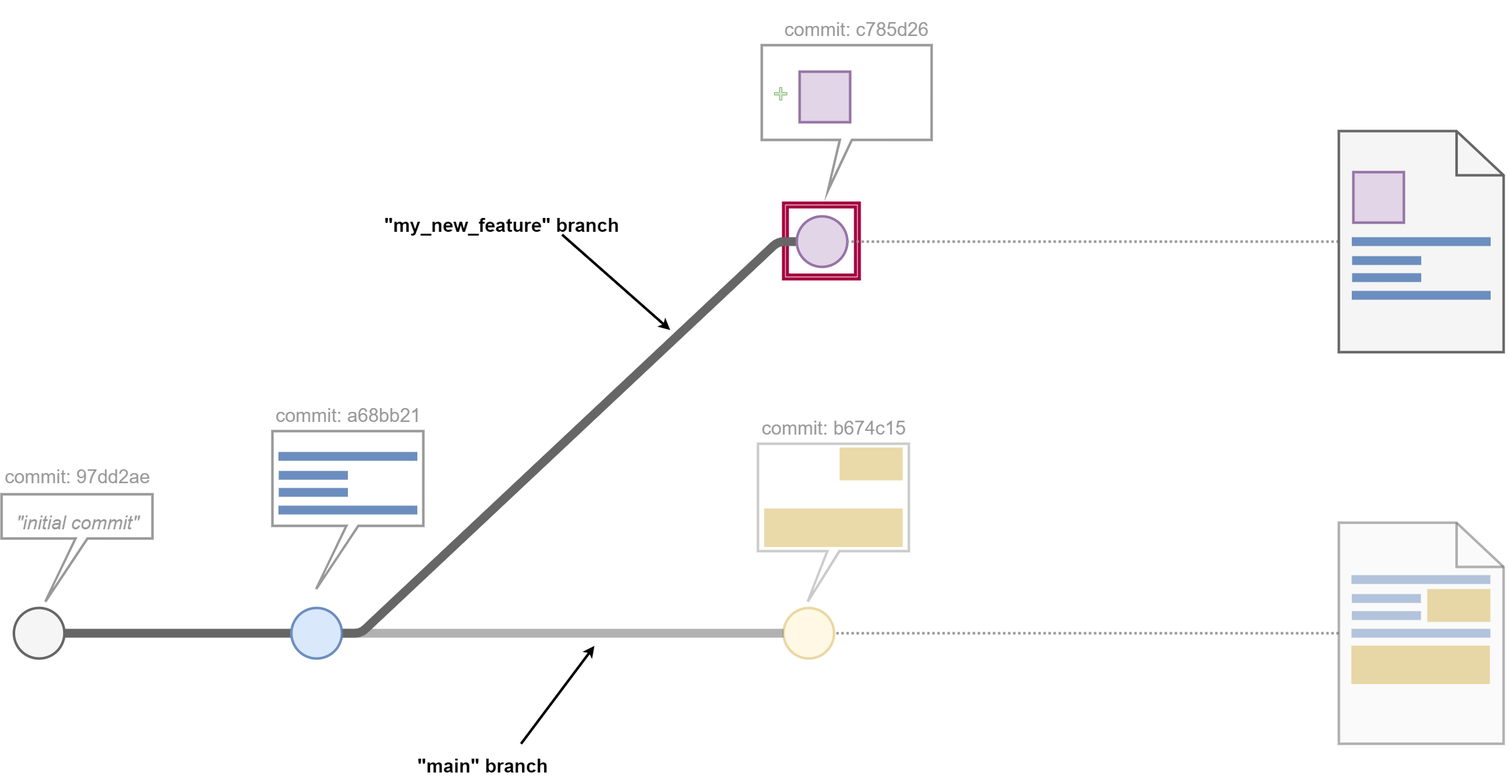
Before: img/what_is_git_video/10_why_is_this_useful_c.drawio.png, a diagram exported from draw.io (SheCodesAus/what_is_git). Source tidied: cells renumbered, new cells last; positions are measured from the earlier drawing's top-left corner, leaving out a move shared by most shapes.
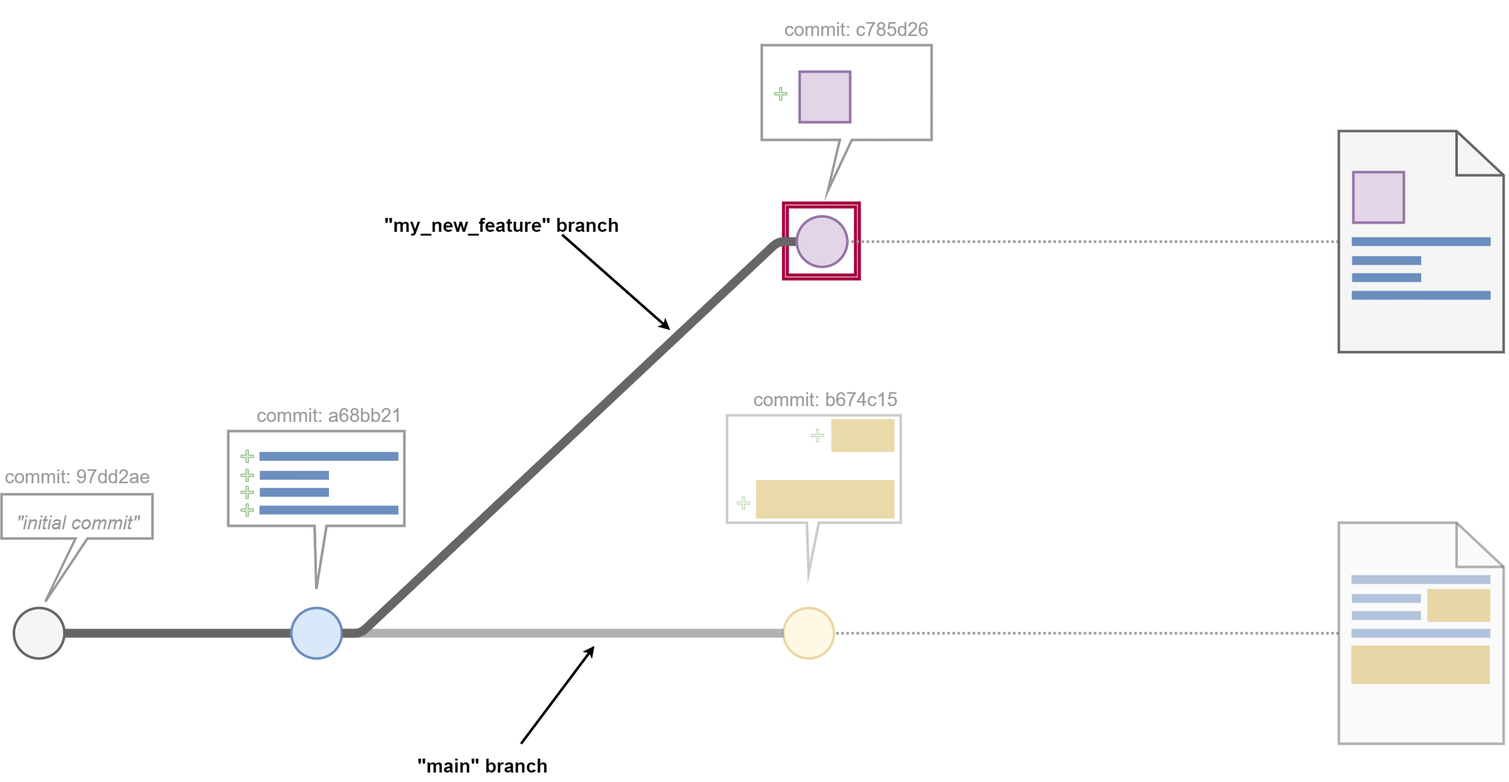
After the change.

What changed in the source:
```diff
@@ -5,30 +5,6 @@
     <mxCell id="2" style="shape=ext;double=1;whiteSpace=wrap;html=1;fillColor=none;strokeWidth=5;strokeColor=#A50040;fontColor=#ffffff;" parent="1" vertex="1">
       <mxGeometry x="1238.5" y="310" width="120" height="120" as="geometry" />
     </mxCell>
-    <mxCell id="3" style="shape=callout;whiteSpace=wrap;html=1;perimeter=calloutPerimeter;strokeWidth=4;base=19;size=80;position=0.46;position2=0.33;strokeColor=#999999;opacity=50;" parent="1" vertex="1">
-      <mxGeometry x="1198" y="691" width="239" height="250" as="geometry" />
-    </mxCell>
-    <mxCell id="4" style="shape=callout;whiteSpace=wrap;html=1;perimeter=calloutPerimeter;strokeWidth=4;base=19;size=100;position=0.49;position2=0.29;strokeColor=#999999;" parent="1" vertex="1">
-      <mxGeometry x="429" y="671" width="239" height="250" as="geometry" />
-    </mxCell>
-    <mxCell id="5" style="verticalLabelPosition=bottom;shadow=0;dashed=0;align=center;html=1;verticalAlign=top;strokeWidth=14;shape=mxgraph.mockup.markup.line;strokeColor=#6c8ebf;fillColor=#dae8fc;" parent="1" vertex="1">
-      <mxGeometry x="438.5" y="701" width="220" height="20" as="geometry" />
-    </mxCell>
-    <mxCell id="6" style="verticalLabelPosition=bottom;shadow=0;dashed=0;align=center;html=1;verticalAlign=top;strokeWidth=14;shape=mxgraph.mockup.markup.line;strokeColor=#6c8ebf;fillColor=#dae8fc;" parent="1" vertex="1">
-      <mxGeometry x="439" y="731" width="109.5" height="20" as="geometry" />
-    </mxCell>
-    <mxCell id="7" style="verticalLabelPosition=bottom;shadow=0;dashed=0;align=center;html=1;verticalAlign=top;strokeWidth=14;shape=mxgraph.mockup.markup.line;strokeColor=#6c8ebf;fillColor=#dae8fc;" parent="1" vertex="1">
-      <mxGeometry x="439" y="758" width="109.5" height="20" as="geometry" />
-    </mxCell>
-    <mxCell id="8" style="verticalLabelPosition=bottom;shadow=0;dashed=0;align=center;html=1;verticalAlign=top;strokeWidth=14;shape=mxgraph.mockup.markup.line;strokeColor=#6c8ebf;fillColor=#dae8fc;" parent="1" vertex="1">
-      <mxGeometry x="438.5" y="786" width="220" height="20" as="geometry" />
-    </mxCell>
-    <mxCell id="9" style="verticalLabelPosition=bottom;shadow=0;dashed=0;align=center;html=1;verticalAlign=top;strokeWidth=61;shape=mxgraph.mockup.markup.line;strokeColor=#d6b656;fillColor=#fff2cc;opacity=50;" parent="1" vertex="1">
-      <mxGeometry x="1207.8" y="814" width="219.5" height="20" as="geometry" />
-    </mxCell>
-    <mxCell id="10" style="verticalLabelPosition=bottom;shadow=0;dashed=0;align=center;html=1;verticalAlign=top;strokeWidth=52;shape=mxgraph.mockup.markup.line;strokeColor=#d6b656;fillColor=#fff2cc;opacity=50;" parent="1" vertex="1">
-      <mxGeometry x="1327.2" y="713" width="100" height="20" as="geometry" />
-    </mxCell>
     <mxCell id="11" style="ellipse;whiteSpace=wrap;html=1;strokeWidth=4;fillColor=#f5f5f5;fontColor=#333333;strokeColor=#666666;" parent="1" vertex="1">
       <mxGeometry x="19.5" y="951" width="80" height="80" as="geometry" />
     </mxCell>
@@ -80,12 +56,6 @@
     <mxCell id="27" value="&lt;span style=&quot;font-weight: normal;&quot;&gt;&lt;font style=&quot;&quot; color=&quot;#999999&quot;&gt;&lt;span style=&quot;font-size: 30px;&quot;&gt;commit:&amp;nbsp;&lt;/span&gt;&lt;span style=&quot;text-align: left;&quot;&gt;&lt;font style=&quot;font-size: 30px;&quot;&gt;97dd2ae&lt;/font&gt;&lt;/span&gt;&lt;/font&gt;&lt;/span&gt;" style="text;strokeColor=none;fillColor=none;html=1;fontSize=60;fontStyle=1;verticalAlign=middle;align=center;" parent="1" vertex="1">
       <mxGeometry x="44.9" y="708" width="150.2" height="50" as="geometry" />
     </mxCell>
-    <mxCell id="28" value="&lt;div style=&quot;text-align: left;&quot;&gt;&lt;span style=&quot;background-color: initial; font-weight: normal;&quot;&gt;&lt;font color=&quot;#999999&quot;&gt;&lt;span style=&quot;font-size: 30px;&quot;&gt;commit:&amp;nbsp;&lt;/span&gt;&lt;/font&gt;&lt;/span&gt;&lt;span style=&quot;background-color: initial; font-size: 30px; font-weight: 400;&quot;&gt;&lt;font color=&quot;#999999&quot;&gt;a68bb21&lt;/font&gt;&lt;/span&gt;&lt;/div&gt;" style="text;strokeColor=none;fillColor=none;html=1;fontSize=60;fontStyle=1;verticalAlign=middle;align=center;" parent="1" vertex="1">
-      <mxGeometry x="473.4" y="611" width="150.2" height="50" as="geometry" />
-    </mxCell>
-    <mxCell id="29" value="&lt;div style=&quot;text-align: left;&quot;&gt;&lt;span style=&quot;background-color: initial; font-weight: normal;&quot;&gt;&lt;font color=&quot;#999999&quot;&gt;&lt;span style=&quot;font-size: 30px;&quot;&gt;commit:&amp;nbsp;&lt;/span&gt;&lt;/font&gt;&lt;/span&gt;&lt;span style=&quot;color: rgb(153, 153, 153); background-color: initial; font-size: 30px; font-weight: 400;&quot;&gt;b674c15&lt;/span&gt;&lt;/div&gt;" style="text;strokeColor=none;fillColor=none;html=1;fontSize=60;fontStyle=1;verticalAlign=middle;align=center;opacity=50;" parent="1" vertex="1">
-      <mxGeometry x="1242.4" y="631" width="150.2" height="50" as="geometry" />
-    </mxCell>
     <mxCell id="30" style="ellipse;whiteSpace=wrap;html=1;strokeWidth=4;fillColor=#e1d5e7;strokeColor=#9673a6;" parent="1" vertex="1">
       <mxGeometry x="1259.5" y="331" width="80" height="80" as="geometry" />
     </mxCell>
@@ -138,5 +108,53 @@
     <mxCell id="45" value="&lt;span style=&quot;font-size: 30px;&quot;&gt;&quot;my_new_feature&quot; branch&lt;/span&gt;" style="text;strokeColor=none;fillColor=none;html=1;fontSize=60;fontStyle=1;verticalAlign=middle;align=center;" parent="1" vertex="1">
       <mxGeometry x="599" y="310" width="385" height="50" as="geometry" />
     </mxCell>
+    <mxCell id="46" style="shape=callout;whiteSpace=wrap;html=1;perimeter=calloutPerimeter;strokeWidth=4;base=19;size=80;position=0.46;position2=0.47;strokeColor=#999999;opacity=50;" parent="1" vertex="1">
+      <mxGeometry x="1149" y="646" width="275" height="250" as="geometry" />
+    </mxCell>
+    <mxCell id="47" style="shape=callout;whiteSpace=wrap;html=1;perimeter=calloutPerimeter;strokeWidth=4;base=19;size=100;position=0.49;position2=0.5;strokeColor=#999999;" parent="1" vertex="1">
+      <mxGeometry x="359" y="671" width="279" height="250" as="geometry" />
+    </mxCell>
+    <mxCell id="48" style="verticalLabelPosition=bottom;shadow=0;dashed=0;align=center;html=1;verticalAlign=top;strokeWidth=14;shape=mxgraph.mockup.markup.line;strokeColor=#6c8ebf;fillColor=#dae8fc;" parent="1" vertex="1">
+      <mxGeometry x="408.5" y="701" width="220" height="20" as="geometry" />
+    </mxCell>
+    <mxCell id="49" style="verticalLabelPosition=bottom;shadow=0;dashed=0;align=center;html=1;verticalAlign=top;strokeWidth=14;shape=mxgraph.mockup.markup.line;strokeColor=#6c8ebf;fillColor=#dae8fc;" parent="1" vertex="1">
+      <mxGeometry x="409" y="731" width="109.5" height="20" as="geometry" />
+    </mxCell>
+    <mxCell id="50" style="verticalLabelPosition=bottom;shadow=0;dashed=0;align=center;html=1;verticalAlign=top;strokeWidth=14;shape=mxgraph.mockup.markup.line;strokeColor=#6c8ebf;fillColor=#dae8fc;" parent="1" vertex="1">
+      <mxGeometry x="409" y="758" width="109.5" height="20" as="geometry" />
+    </mxCell>
+    <mxCell id="51" style="verticalLabelPosition=bottom;shadow=0;dashed=0;align=center;html=1;verticalAlign=top;strokeWidth=14;shape=mxgraph.mockup.markup.line;strokeColor=#6c8ebf;fillColor=#dae8fc;" parent="1" vertex="1">
+      <mxGeometry x="408.5" y="786" width="220" height="20" as="geometry" />
+    </mxCell>
+    <mxCell id="52" style="verticalLabelPosition=bottom;shadow=0;dashed=0;align=center;html=1;verticalAlign=top;strokeWidth=61;shape=mxgraph.mockup.markup.line;strokeColor=#d6b656;fillColor=#fff2cc;opacity=50;" parent="1" vertex="1">
+      <mxGeometry x="1194.8" y="769" width="219.5" height="20" as="geometry" />
+    </mxCell>
+    <mxCell id="53" style="verticalLabelPosition=bottom;shadow=0;dashed=0;align=center;html=1;verticalAlign=top;strokeWidth=52;shape=mxgraph.mockup.markup.line;strokeColor=#d6b656;fillColor=#fff2cc;opacity=50;" parent="1" vertex="1">
+      <mxGeometry x="1314.2" y="668" width="100" height="20" as="geometry" />
+    </mxCell>
+    <mxCell id="28" value="&lt;div style=&quot;text-align: left;&quot;&gt;&lt;span style=&quot;background-color: initial; font-weight: normal;&quot;&gt;&lt;font color=&quot;#999999&quot;&gt;&lt;span style=&quot;font-size: 30px;&quot;&gt;commit:&amp;nbsp;&lt;/span&gt;&lt;/font&gt;&lt;/span&gt;&lt;span style=&quot;background-color: initial; font-size: 30px; font-weight: 400;&quot;&gt;&lt;font color=&quot;#999999&quot;&gt;a68bb21&lt;/font&gt;&lt;/span&gt;&lt;/div&gt;" style="text;strokeColor=none;fillColor=none;html=1;fontSize=60;fontStyle=1;verticalAlign=middle;align=center;" parent="1" vertex="1">
+      <mxGeometry x="443.4" y="611" width="150.2" height="50" as="geometry" />
+    </mxCell>
+    <mxCell id="29" value="&lt;div style=&quot;text-align: left;&quot;&gt;&lt;span style=&quot;background-color: initial; font-weight: normal;&quot;&gt;&lt;font color=&quot;#999999&quot;&gt;&lt;span style=&quot;font-size: 30px;&quot;&gt;commit:&amp;nbsp;&lt;/span&gt;&lt;/font&gt;&lt;/span&gt;&lt;span style=&quot;color: rgb(153, 153, 153); background-color: initial; font-size: 30px; font-weight: 400;&quot;&gt;b674c15&lt;/span&gt;&lt;/div&gt;" style="text;strokeColor=none;fillColor=none;html=1;fontSize=60;fontStyle=1;verticalAlign=middle;align=center;opacity=50;" parent="1" vertex="1">
+      <mxGeometry x="1229.4" y="586" width="150.2" height="50" as="geometry" />
+    </mxCell>
+    <mxCell id="54" style="shape=cross;whiteSpace=wrap;html=1;fillColor=#d5e8d4;strokeColor=#82b366;opacity=50;" parent="1" vertex="1">
+      <mxGeometry x="1282.4" y="668" width="20" height="20" as="geometry" />
+    </mxCell>
+    <mxCell id="55" style="shape=cross;whiteSpace=wrap;html=1;fillColor=#d5e8d4;strokeColor=#82b366;opacity=50;" parent="1" vertex="1">
+      <mxGeometry x="1165" y="775" width="20" height="20" as="geometry" />
+    </mxCell>
+    <mxCell id="56" style="shape=cross;whiteSpace=wrap;html=1;fillColor=#d5e8d4;strokeColor=#82b366;" parent="1" vertex="1">
+      <mxGeometry x="379" y="701" width="20" height="20" as="geometry" />
+    </mxCell>
+    <mxCell id="57" style="shape=cross;whiteSpace=wrap;html=1;fillColor=#d5e8d4;strokeColor=#82b366;" parent="1" vertex="1">
+      <mxGeometry x="379" y="731" width="20" height="20" as="geometry" />
+    </mxCell>
+    <mxCell id="58" style="shape=cross;whiteSpace=wrap;html=1;fillColor=#d5e8d4;strokeColor=#82b366;" parent="1" vertex="1">
+      <mxGeometry x="379" y="758" width="20" height="20" as="geometry" />
+    </mxCell>
+    <mxCell id="59" style="shape=cross;whiteSpace=wrap;html=1;fillColor=#d5e8d4;strokeColor=#82b366;" parent="1" vertex="1">
+      <mxGeometry x="379" y="786" width="20" height="20" as="geometry" />
+    </mxCell>
   </root>
 </mxGraphModel>
```
